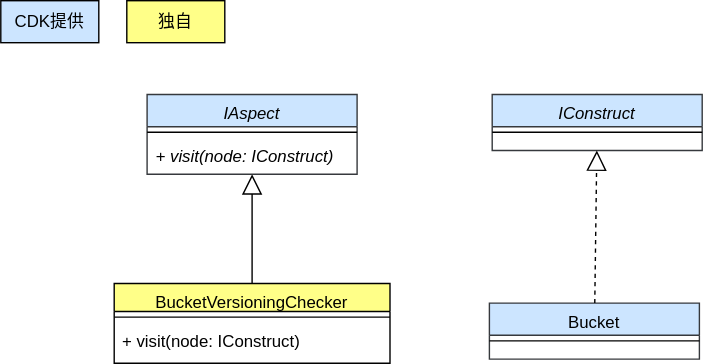
This is drawio/visitor/visitor-cdk-simplified.drawio.svg from go-to-k/cdk-gof-design-pattern, a draw.io export, as it was before one commit. Source tidied: cells renumbered, new cells last; positions are measured from the earlier drawing's top-left corner, leaving out a move shared by most shapes.
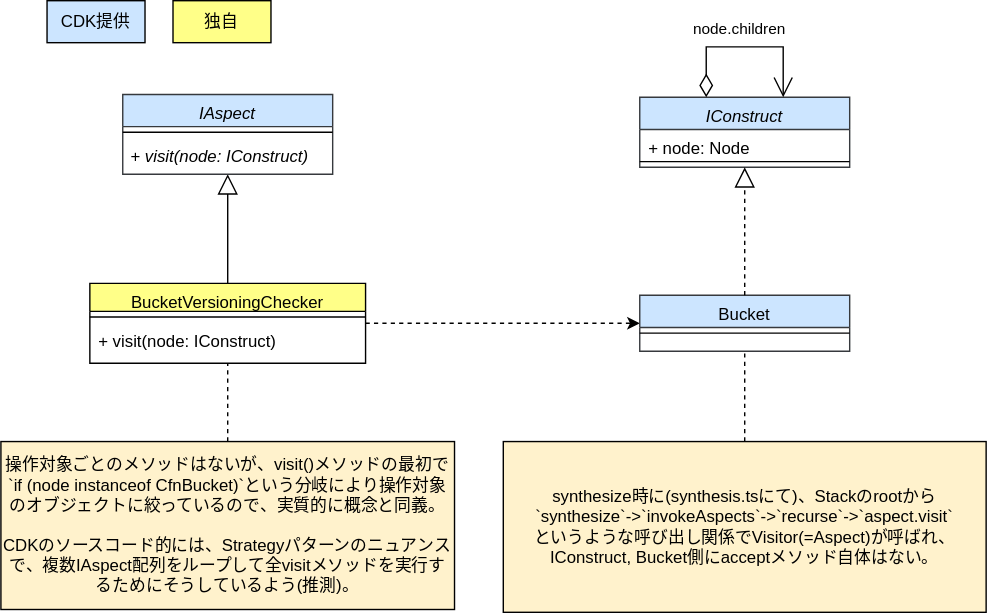
The same diagram one commit later.

Commit message:
update visitor diagrams

Diff of the diagram source:
```diff
@@ -8,8 +8,11 @@
     <mxCell id="3" value="CDK提供" style="rounded=0;whiteSpace=wrap;html=1;fillColor=#cce5ff;strokeColor=#000000;fontColor=#000000;" parent="1" vertex="1">
       <mxGeometry width="70" height="30" as="geometry" />
     </mxCell>
+    <mxCell id="16" style="edgeStyle=none;html=1;dashed=1;strokeColor=#000000;endArrow=classic;endFill=1;" parent="1" edge="1" source="4" target="11">
+      <mxGeometry relative="1" as="geometry" />
+    </mxCell>
     <mxCell id="4" value="BucketVersioningChecker" style="swimlane;fontStyle=0;align=center;verticalAlign=top;horizontal=1;startSize=20;rounded=0;shadow=0;strokeWidth=1;fillColor=#ffff88;strokeColor=#000000;fontColor=#000000;" parent="1" vertex="1">
-      <mxGeometry x="81" y="202" width="197" height="57" as="geometry" />
+      <mxGeometry x="30.6" y="202" width="197" height="57" as="geometry" />
     </mxCell>
     <mxCell id="5" style="line;html=1;strokeWidth=1;align=left;verticalAlign=middle;spacingTop=-1;spacingLeft=3;spacingRight=3;labelPosition=right;fontColor=#000000;strokeColor=#000000;" parent="4" vertex="1">
       <mxGeometry y="20" width="197" height="8" as="geometry" />
@@ -21,7 +24,7 @@
       <mxGeometry relative="1" as="geometry" />
     </mxCell>
     <mxCell id="8" value="IAspect" style="swimlane;fontStyle=2;align=center;verticalAlign=top;horizontal=1;startSize=23;rounded=0;shadow=0;strokeWidth=1;fillColor=#cce5ff;strokeColor=#36393d;fontColor=#000000;" parent="1" vertex="1">
-      <mxGeometry x="104.5" y="67" width="150" height="57" as="geometry" />
+      <mxGeometry x="54.1" y="67" width="150" height="57" as="geometry" />
     </mxCell>
     <mxCell id="9" style="line;html=1;strokeWidth=1;align=left;verticalAlign=middle;spacingTop=-1;spacingLeft=3;spacingRight=3;labelPosition=right;fontColor=#000000;strokeColor=#000000;" parent="8" vertex="1">
       <mxGeometry y="23" width="150" height="8" as="geometry" />
@@ -30,19 +33,42 @@
       <mxGeometry y="31" width="150" height="19" as="geometry" />
     </mxCell>
     <mxCell id="11" value="Bucket" style="swimlane;fontStyle=0;align=center;verticalAlign=top;horizontal=1;startSize=23;rounded=0;shadow=0;strokeWidth=1;fillColor=#cce5ff;strokeColor=#36393d;fontColor=#000000;" parent="1" vertex="1">
-      <mxGeometry x="349" y="216" width="150" height="40" as="geometry" />
+      <mxGeometry x="423.5" y="210.5" width="150" height="40" as="geometry" />
     </mxCell>
     <mxCell id="12" style="line;html=1;strokeWidth=1;align=left;verticalAlign=middle;spacingTop=-1;spacingLeft=3;spacingRight=3;labelPosition=right;fontColor=#000000;strokeColor=#000000;" parent="11" vertex="1">
       <mxGeometry y="23" width="150" height="8" as="geometry" />
     </mxCell>
     <mxCell id="13" value="IConstruct" style="swimlane;fontStyle=2;align=center;verticalAlign=top;horizontal=1;startSize=23;rounded=0;shadow=0;strokeWidth=1;fillColor=#cce5ff;strokeColor=#36393d;fontColor=#000000;" parent="1" vertex="1">
-      <mxGeometry x="351" y="67" width="150" height="40" as="geometry" />
+      <mxGeometry x="423.5" y="69" width="150" height="50" as="geometry" />
     </mxCell>
+    <mxCell id="17" value="+&amp;nbsp;node: Node" style="text;strokeColor=none;fillColor=none;align=left;verticalAlign=top;spacingLeft=4;spacingRight=4;overflow=hidden;whiteSpace=wrap;html=1;fontColor=#000000;" parent="13" vertex="1">
+      <mxGeometry y="23" width="150" height="19" as="geometry" />
+    </mxCell>
     <mxCell id="14" style="line;html=1;strokeWidth=1;align=left;verticalAlign=middle;spacingTop=-1;spacingLeft=3;spacingRight=3;labelPosition=right;fontColor=#000000;strokeColor=#000000;" parent="13" vertex="1">
-      <mxGeometry y="23" width="150" height="8" as="geometry" />
+      <mxGeometry y="42" width="150" height="8" as="geometry" />
     </mxCell>
     <mxCell id="15" style="endArrow=block;endFill=0;endSize=12;html=1;rounded=0;fontColor=#000000;strokeColor=#000000;dashed=1;" parent="1" edge="1" source="11" target="13">
       <mxGeometry relative="1" as="geometry" />
     </mxCell>
+    <mxCell id="18" style="edgeStyle=none;html=1;strokeColor=#000000;endArrow=none;endFill=0;dashed=1;" parent="1" edge="1" source="19" target="4">
+      <mxGeometry relative="1" as="geometry" />
+    </mxCell>
+    <mxCell id="19" value="操作対象ごとのメソッドはないが、visit()メソッドの最初で`if (node instanceof CfnBucket)`という分岐により操作対象のオブジェクトに絞っているので、実質的に概念と同義。&lt;br&gt;&lt;br&gt;CDKのソースコード的には、Strategyパターンのニュアンスで、複数IAspect配列をループして全visitメソッドを実行するためにそうしているよう(推測)。" style="text;html=1;strokeColor=#000000;fillColor=#fff2cc;align=center;verticalAlign=middle;whiteSpace=wrap;rounded=0;fontColor=#000000;" parent="1" vertex="1">
+      <mxGeometry x="-33" y="315" width="324.1" height="120" as="geometry" />
+    </mxCell>
+    <mxCell id="20" style="edgeStyle=none;html=1;dashed=1;strokeColor=#000000;endArrow=none;endFill=0;" parent="1" edge="1" source="21" target="11">
+      <mxGeometry relative="1" as="geometry" />
+    </mxCell>
+    <mxCell id="21" value="synthesize時に(synthesis.tsにて)、Stackのrootから&lt;br&gt;`synthesize`-&amp;gt;`invokeAspects`-&amp;gt;`recurse`-&amp;gt;`aspect.visit`&lt;br&gt;というような呼び出し関係でVisitor(=Aspect)が呼ばれ、&lt;br&gt;IConstruct, Bucket側にacceptメソッド自体はない。" style="text;html=1;strokeColor=#000000;fillColor=#fff2cc;align=center;verticalAlign=middle;whiteSpace=wrap;rounded=0;fontColor=#000000;" parent="1" vertex="1">
+      <mxGeometry x="326" y="315" width="345" height="122" as="geometry" />
+    </mxCell>
+    <mxCell id="22" value="node.children" style="endArrow=open;html=1;endSize=12;startArrow=diamondThin;startSize=14;startFill=0;edgeStyle=orthogonalEdgeStyle;align=left;verticalAlign=bottom;rounded=0;fontColor=#000000;strokeColor=#000000;labelBackgroundColor=none;" parent="1" edge="1" source="13" target="13">
+      <mxGeometry x="-0.43" y="12" relative="1" as="geometry">
+        <Array as="points">
+          <mxPoint x="526" y="33" />
+        </Array>
+        <mxPoint x="-11" y="8" as="offset" />
+      </mxGeometry>
+    </mxCell>
   </root>
 </mxGraphModel>
```
